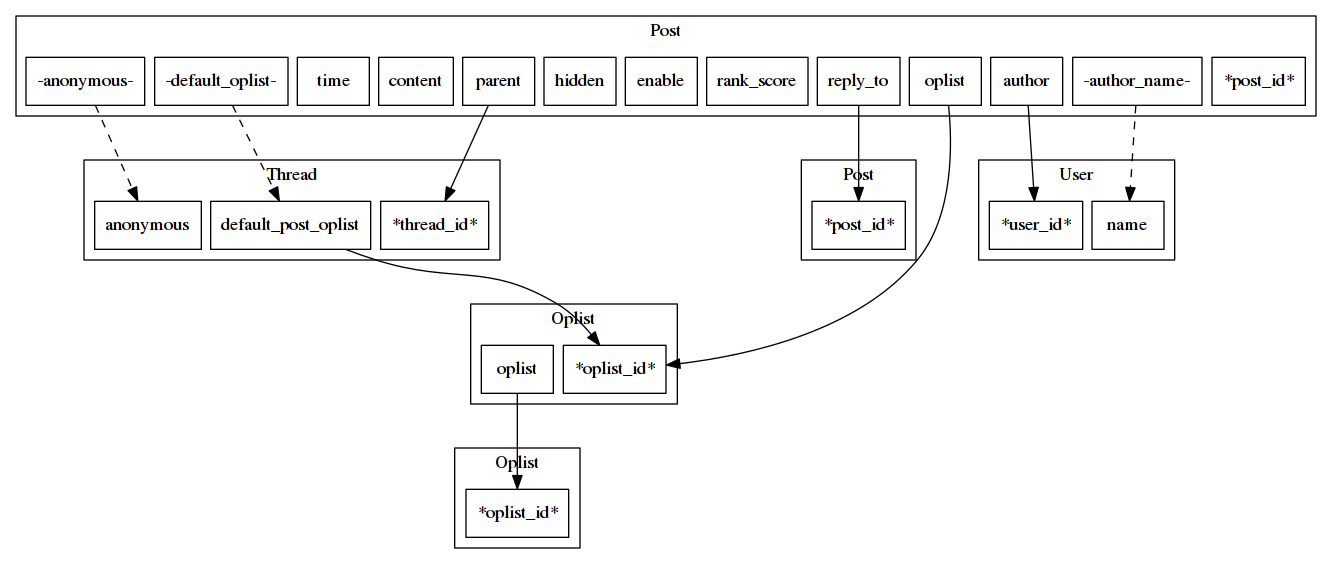
Earlier version of the Graphviz export pages/graph/erd/posts.png (cc98-frontend-development/API). Its source is kept beside it as pages/graph/erd/posts.dot. Its diagram source:
```dot
strict digraph g {
	node [ shape = box ];
	nodesep = 0.1;
	ranksep = 1;

	subgraph cluster_post_1 {
		label = "Post";
		node_a_post_post_id        [ label = "*post_id*" ];
		node_a_post_parent         [ label = "parent" ];
		node_a_post_reply_to       [ label = "reply_to" ];
		node_a_post_oplist         [ label = "oplist" ];
		node_a_post_default_oplist [ label = "-default_oplist-" ];
		node_a_post_rank_score     [ label = "rank_score" ];
		node_a_post_enable         [ label = "enable" ];
		node_a_post_hidden         [ label = "hidden" ];
		node_a_post_anonymous      [ label = "-anonymous-" ];
		node_a_post_content        [ label = "content" ];
		node_a_post_time           [ label = "time" ];
		node_a_post_author         [ label = "author" ];
		node_a_post_author_name    [ label = "-author_name-" ];
	}

	subgraph cluster_post_2 {
		label = "Post";
		node_a_post_post_id_2      [ label = "*post_id*" ];
	}

	subgraph cluster_thread {
		label = "Thread";
		node_a_thread_thread_id [ label = "*thread_id*" ];
		node_a_thread_default_post_oplist [ label = "default_post_oplist" ];
		node_a_thread_anonymous [ label = "anonymous" ];
	}

	subgraph cluster_oplist {
		label = "Oplist";
		node_a_oplist_oplist_id [ label = "*oplist_id*" ];
		node_a_oplist_oplist    [ label = "oplist" ];
	}

	subgraph cluster_oplist_2 {
		label = "Oplist";
		node_a_oplist_oplist_id_2 [ label = "*oplist_id*" ];
	}

	subgraph cluster_user {
		label = "User";
		node_a_user_user_id [ label = "*user_id*" ];
		node_a_user_name    [ label = "name" ];
	}


	node_a_post_parent -> node_a_thread_thread_id;
	node_a_post_reply_to -> node_a_post_post_id_2;
	node_a_post_oplist -> node_a_oplist_oplist_id;
	node_a_post_default_oplist -> node_a_thread_default_post_oplist [ style = dashed ];
	node_a_post_anonymous -> node_a_thread_anonymous [style = dashed ];
	node_a_post_author -> node_a_user_user_id;
	node_a_post_author_name -> node_a_user_name     [ style = dashed ];

	node_a_thread_default_post_oplist -> node_a_oplist_oplist_id;
	node_a_oplist_oplist -> node_a_oplist_oplist_id_2;
}
```
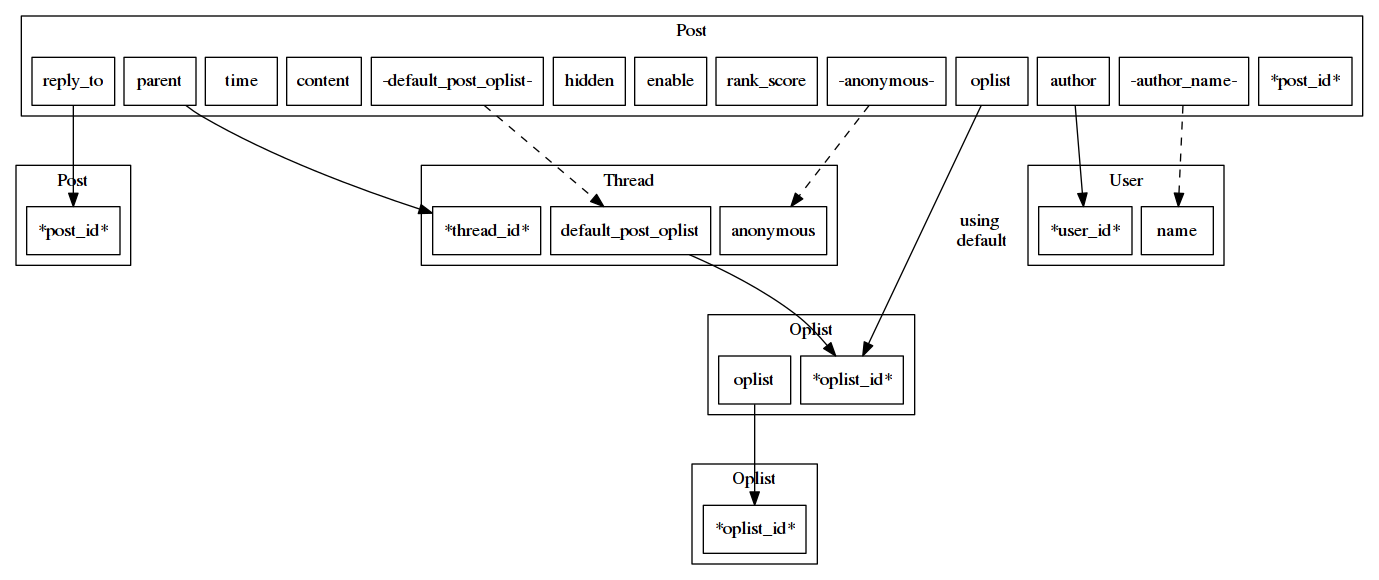
Above is the later version.

Change to the diagram source:
```diff
@@ -5,19 +5,19 @@
 
 	subgraph cluster_post_1 {
 		label = "Post";
-		node_a_post_post_id        [ label = "*post_id*" ];
-		node_a_post_parent         [ label = "parent" ];
-		node_a_post_reply_to       [ label = "reply_to" ];
-		node_a_post_oplist         [ label = "oplist" ];
-		node_a_post_default_oplist [ label = "-default_oplist-" ];
-		node_a_post_rank_score     [ label = "rank_score" ];
-		node_a_post_enable         [ label = "enable" ];
-		node_a_post_hidden         [ label = "hidden" ];
-		node_a_post_anonymous      [ label = "-anonymous-" ];
-		node_a_post_content        [ label = "content" ];
-		node_a_post_time           [ label = "time" ];
-		node_a_post_author         [ label = "author" ];
-		node_a_post_author_name    [ label = "-author_name-" ];
+		node_a_post_post_id             [ label = "*post_id*" ];
+		node_a_post_parent              [ label = "parent" ];
+		node_a_post_reply_to            [ label = "reply_to" ];
+		node_a_post_oplist              [ label = "oplist" ];
+		node_a_post_default_post_oplist [ label = "-default_post_oplist-" ];
+		node_a_post_rank_score          [ label = "rank_score" ];
+		node_a_post_enable              [ label = "enable" ];
+		node_a_post_hidden              [ label = "hidden" ];
+		node_a_post_anonymous           [ label = "-anonymous-" ];
+		node_a_post_content             [ label = "content" ];
+		node_a_post_time                [ label = "time" ];
+		node_a_post_author              [ label = "author" ];
+		node_a_post_author_name         [ label = "-author_name-" ];
 	}
 
 	subgraph cluster_post_2 {
@@ -52,8 +52,8 @@
 
 	node_a_post_parent -> node_a_thread_thread_id;
 	node_a_post_reply_to -> node_a_post_post_id_2;
-	node_a_post_oplist -> node_a_oplist_oplist_id;
-	node_a_post_default_oplist -> node_a_thread_default_post_oplist [ style = dashed ];
+	node_a_post_oplist -> node_a_oplist_oplist_id [ label = "using\n default" ];
+	node_a_post_default_post_oplist -> node_a_thread_default_post_oplist [ style = dashed ];
 	node_a_post_anonymous -> node_a_thread_anonymous [style = dashed ];
 	node_a_post_author -> node_a_user_user_id;
 	node_a_post_author_name -> node_a_user_name     [ style = dashed ];
```
